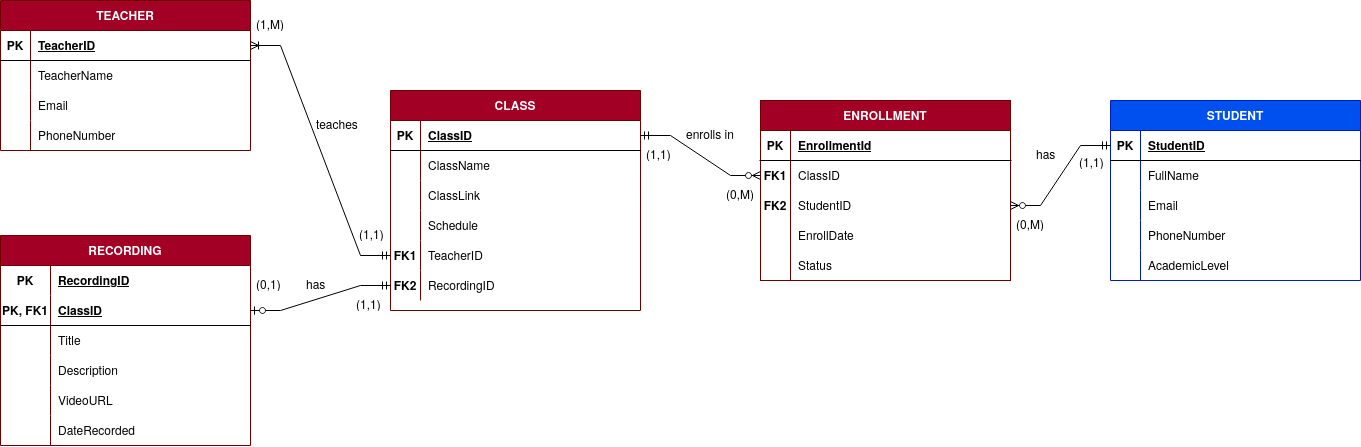
EzraChai/CMT221-Assignment keeps this draw.io diagram as CMT221_Assignment.drawio.png. Above is the earlier version. Source tidied: cells renumbered, new cells last; positions are measured from the earlier drawing's top-left corner, leaving out a move shared by most shapes.
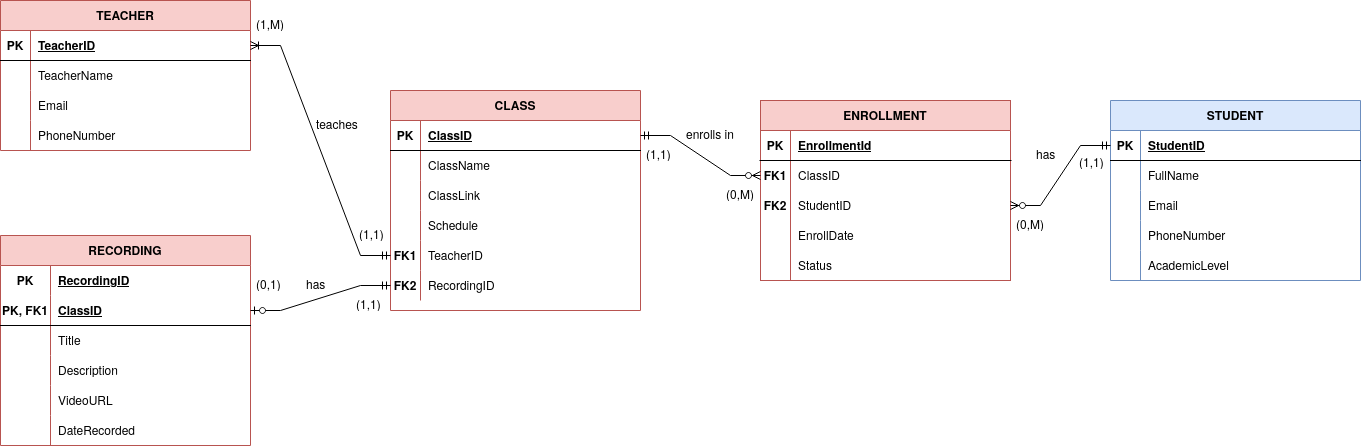
After the commit.

Change to the diagram source:
```diff
@@ -2,7 +2,7 @@
   <root>
     <mxCell id="0" />
     <mxCell id="1" parent="0" />
-    <mxCell id="2" value="ENROLLMENT" style="shape=table;startSize=30;rowLines=0;fontStyle=1;align=center;fillColor=#a20025;fontColor=#ffffff;strokeColor=#6F0000;" parent="1" vertex="1">
+    <mxCell id="2" value="ENROLLMENT" style="shape=table;startSize=30;rowLines=0;fontStyle=1;align=center;fillColor=#f8cecc;strokeColor=#b85450;" parent="1" vertex="1">
       <mxGeometry x="760" y="100" width="250" height="180" as="geometry" />
     </mxCell>
     <mxCell id="3" style="shape=partialRectangle;fillColor=none;top=0;left=0;right=0;bottom=1;" parent="2" vertex="1">
@@ -50,7 +50,7 @@
     <mxCell id="17" value="Status" style="shape=partialRectangle;overflow=hidden;fillColor=none;top=0;left=0;bottom=0;right=0;align=left;spacingLeft=6;" parent="15" vertex="1">
       <mxGeometry x="30" width="220" height="30" as="geometry" />
     </mxCell>
-    <mxCell id="18" value="TEACHER" style="shape=table;startSize=30;rowLines=0;fontStyle=1;align=center;fillColor=#a20025;fontColor=#ffffff;strokeColor=#6F0000;" parent="1" vertex="1">
+    <mxCell id="18" value="TEACHER" style="shape=table;startSize=30;rowLines=0;fontStyle=1;align=center;fillColor=#f8cecc;strokeColor=#b85450;" parent="1" vertex="1">
       <mxGeometry width="250" height="150" as="geometry" />
     </mxCell>
     <mxCell id="19" style="shape=partialRectangle;fillColor=none;points=[[0,0.5],[1,0.5]];portConstraint=eastwest;top=0;left=0;right=0;bottom=1;" parent="18" vertex="1">
@@ -89,7 +89,7 @@
     <mxCell id="30" value="PhoneNumber" style="shape=partialRectangle;overflow=hidden;fillColor=none;top=0;left=0;bottom=0;right=0;align=left;spacingLeft=6;" parent="28" vertex="1">
       <mxGeometry x="30" width="220" height="30" as="geometry" />
     </mxCell>
-    <mxCell id="31" value="CLASS" style="shape=table;startSize=30;rowLines=0;fontStyle=1;align=center;fillColor=#a20025;fontColor=#ffffff;strokeColor=#6F0000;" parent="1" vertex="1">
+    <mxCell id="31" value="CLASS" style="shape=table;startSize=30;rowLines=0;fontStyle=1;align=center;fillColor=#f8cecc;strokeColor=#b85450;" parent="1" vertex="1">
       <mxGeometry x="390" y="90" width="250" height="220" as="geometry" />
     </mxCell>
     <mxCell id="32" style="shape=partialRectangle;fillColor=none;points=[[0,0.5],[1,0.5]];portConstraint=eastwest;top=0;left=0;right=0;bottom=1;" parent="31" vertex="1">
@@ -146,7 +146,7 @@
     <mxCell id="49" value="RecordingID" style="shape=partialRectangle;overflow=hidden;fillColor=none;top=0;left=0;bottom=0;right=0;align=left;spacingLeft=6;" parent="47" vertex="1">
       <mxGeometry x="30" width="220" height="30" as="geometry" />
     </mxCell>
-    <mxCell id="50" value="RECORDING" style="shape=table;startSize=30;rowLines=0;fontStyle=1;align=center;fillColor=#a20025;fontColor=#ffffff;strokeColor=#6F0000;" parent="1" vertex="1">
+    <mxCell id="50" value="RECORDING" style="shape=table;startSize=30;rowLines=0;fontStyle=1;align=center;fillColor=#f8cecc;strokeColor=#b85450;" parent="1" vertex="1">
       <mxGeometry y="235" width="250" height="210" as="geometry" />
     </mxCell>
     <mxCell id="51" style="shape=partialRectangle;fillColor=none;top=0;left=0;right=0;bottom=0;" parent="50" vertex="1">
@@ -239,7 +239,7 @@
     <mxCell id="80" style="edgeStyle=entityRelationEdgeStyle;fontSize=12;html=1;endArrow=ERoneToMany;startArrow=ERmandOne;rounded=0;exitX=0;exitY=0.5;exitDx=0;exitDy=0;entryX=1;entryY=0.5;entryDx=0;entryDy=0;" parent="1" edge="1" source="44" target="19">
       <mxGeometry relative="1" as="geometry" />
     </mxCell>
-    <mxCell id="81" value="STUDENT" style="shape=table;startSize=30;rowLines=0;fontStyle=1;align=center;fillColor=#0050ef;fontColor=#ffffff;strokeColor=#001DBC;" parent="1" vertex="1">
+    <mxCell id="81" value="STUDENT" style="shape=table;startSize=30;rowLines=0;fontStyle=1;align=center;fillColor=#dae8fc;strokeColor=#6c8ebf;" parent="1" vertex="1">
       <mxGeometry x="1110" y="100" width="250" height="180" as="geometry" />
     </mxCell>
     <mxCell id="82" style="shape=partialRectangle;fillColor=none;points=[[0,0.5],[1,0.5]];portConstraint=eastwest;top=0;left=0;right=0;bottom=1;" parent="81" vertex="1">
```
